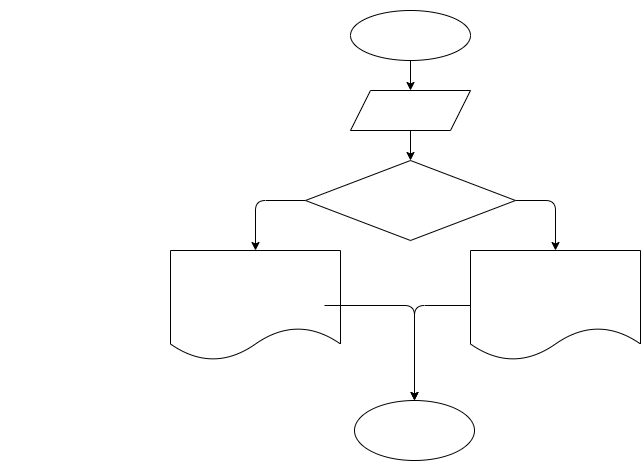
Before: HomeWork/Task004/diagram.drawio.png, a diagram exported from draw.io (Alshopik/HomeWorc). Source tidied: cells renumbered, new cells last; positions are measured from the earlier drawing's top-left corner, leaving out a move shared by most shapes.
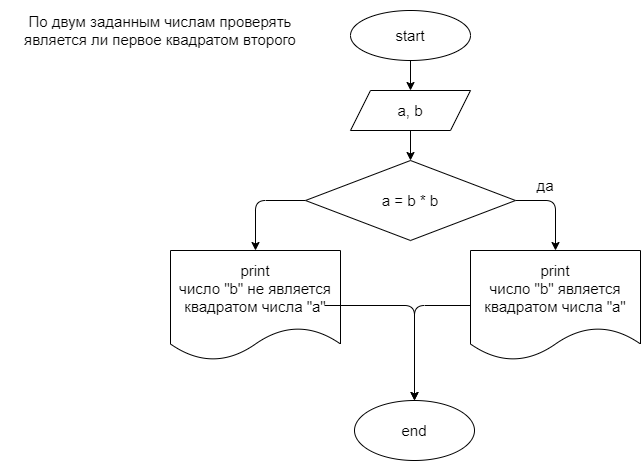
After the commit.

Commit message:
Добавил DEADME

What changed in the source:
```diff
@@ -2,58 +2,58 @@
   <root>
     <mxCell id="0" />
     <mxCell id="1" parent="0" />
-    <mxCell id="2" value="&lt;span style=&quot;font-size: 15px;&quot;&gt;По двум заданным числам проверять является ли первое квадратом второго&lt;/span&gt;" style="text;html=1;align=center;verticalAlign=middle;whiteSpace=wrap;rounded=0;fontColor=#FFFFFF;fontSize=15;" parent="1" vertex="1">
+    <mxCell id="2" value="&lt;span style=&quot;font-size: 15px;&quot;&gt;По двум заданным числам проверять является ли первое квадратом второго&lt;/span&gt;" style="text;html=1;align=center;verticalAlign=middle;whiteSpace=wrap;rounded=0;fontSize=15;fontColor=#000000;labelBackgroundColor=#FFFFFF;" parent="1" vertex="1">
       <mxGeometry width="320" height="60" as="geometry" />
     </mxCell>
-    <mxCell id="3" style="edgeStyle=none;html=1;fontSize=15;fontColor=#FFFFFF;" parent="1" edge="1" source="4" target="6">
+    <mxCell id="3" style="edgeStyle=none;html=1;fontSize=15;fontColor=#000000;labelBackgroundColor=#FFFFFF;" parent="1" edge="1" source="4" target="6">
       <mxGeometry relative="1" as="geometry" />
     </mxCell>
-    <mxCell id="4" value="start" style="ellipse;whiteSpace=wrap;html=1;fontSize=15;fontColor=#FFFFFF;" parent="1" vertex="1">
+    <mxCell id="4" value="start" style="ellipse;whiteSpace=wrap;html=1;fontSize=15;fontColor=#000000;labelBackgroundColor=#FFFFFF;" parent="1" vertex="1">
       <mxGeometry x="350" y="10" width="120" height="50" as="geometry" />
     </mxCell>
-    <mxCell id="5" style="edgeStyle=none;html=1;fontSize=15;fontColor=#FFFFFF;" parent="1" edge="1" source="6" target="9">
+    <mxCell id="5" style="edgeStyle=none;html=1;fontSize=15;fontColor=#000000;labelBackgroundColor=#FFFFFF;" parent="1" edge="1" source="6" target="9">
       <mxGeometry relative="1" as="geometry" />
     </mxCell>
-    <mxCell id="6" value="a, b" style="shape=parallelogram;perimeter=parallelogramPerimeter;whiteSpace=wrap;html=1;fixedSize=1;fontSize=15;fontColor=#FFFFFF;" parent="1" vertex="1">
+    <mxCell id="6" value="a, b" style="shape=parallelogram;perimeter=parallelogramPerimeter;whiteSpace=wrap;html=1;fixedSize=1;fontSize=15;fontColor=#000000;labelBackgroundColor=#FFFFFF;" parent="1" vertex="1">
       <mxGeometry x="350" y="90" width="120" height="40" as="geometry" />
     </mxCell>
-    <mxCell id="7" style="edgeStyle=none;html=1;fontSize=15;fontColor=#FFFFFF;entryX=0.5;entryY=0;entryDx=0;entryDy=0;" parent="1" edge="1" source="9" target="11">
+    <mxCell id="7" style="edgeStyle=none;html=1;fontSize=15;fontColor=#000000;entryX=0.5;entryY=0;entryDx=0;entryDy=0;labelBackgroundColor=#FFFFFF;" parent="1" edge="1" source="9" target="11">
       <mxGeometry relative="1" as="geometry">
         <Array as="points">
           <mxPoint x="555" y="200" />
         </Array>
       </mxGeometry>
     </mxCell>
-    <mxCell id="8" style="edgeStyle=none;html=1;entryX=0.5;entryY=0;entryDx=0;entryDy=0;fontSize=15;fontColor=#FFFFFF;" parent="1" edge="1" source="9" target="13">
+    <mxCell id="8" style="edgeStyle=none;html=1;entryX=0.5;entryY=0;entryDx=0;entryDy=0;fontSize=15;fontColor=#000000;labelBackgroundColor=#FFFFFF;" parent="1" edge="1" source="9" target="13">
       <mxGeometry relative="1" as="geometry">
         <Array as="points">
           <mxPoint x="255" y="200" />
         </Array>
       </mxGeometry>
     </mxCell>
-    <mxCell id="9" value="a = b * b" style="rhombus;whiteSpace=wrap;html=1;fontSize=15;fontColor=#FFFFFF;" parent="1" vertex="1">
+    <mxCell id="9" value="a = b * b" style="rhombus;whiteSpace=wrap;html=1;fontSize=15;fontColor=#000000;labelBackgroundColor=#FFFFFF;" parent="1" vertex="1">
       <mxGeometry x="305" y="160" width="210" height="80" as="geometry" />
     </mxCell>
-    <mxCell id="10" style="edgeStyle=none;html=1;entryX=0.5;entryY=0;entryDx=0;entryDy=0;fontSize=15;fontColor=#FFFFFF;" parent="1" edge="1" source="11" target="14">
+    <mxCell id="10" style="edgeStyle=none;html=1;entryX=0.5;entryY=0;entryDx=0;entryDy=0;fontSize=15;fontColor=#000000;labelBackgroundColor=#FFFFFF;" parent="1" edge="1" source="11" target="14">
       <mxGeometry relative="1" as="geometry">
         <Array as="points">
           <mxPoint x="414" y="305" />
         </Array>
       </mxGeometry>
     </mxCell>
-    <mxCell id="11" value="print&lt;br&gt;число &quot;b&quot; является квадратом числа &quot;а&quot;" style="shape=document;whiteSpace=wrap;html=1;boundedLbl=1;fontSize=15;fontColor=#FFFFFF;" parent="1" vertex="1">
+    <mxCell id="11" value="print&lt;br&gt;число &quot;b&quot; является квадратом числа &quot;а&quot;" style="shape=document;whiteSpace=wrap;html=1;boundedLbl=1;fontSize=15;fontColor=#000000;labelBackgroundColor=#FFFFFF;" parent="1" vertex="1">
       <mxGeometry x="470" y="250" width="170" height="110" as="geometry" />
     </mxCell>
-    <mxCell id="12" value="да" style="text;html=1;strokeColor=none;fillColor=none;align=center;verticalAlign=middle;whiteSpace=wrap;rounded=0;fontSize=15;fontColor=#FFFFFF;" parent="1" vertex="1">
+    <mxCell id="12" value="да" style="text;html=1;align=center;verticalAlign=middle;whiteSpace=wrap;rounded=0;fontSize=15;fontColor=#000000;labelBackgroundColor=#FFFFFF;" parent="1" vertex="1">
       <mxGeometry x="515" y="170" width="60" height="30" as="geometry" />
     </mxCell>
-    <mxCell id="13" value="print&lt;br&gt;число &quot;b&quot; не является квадратом числа &quot;а&quot;" style="shape=document;whiteSpace=wrap;html=1;boundedLbl=1;fontSize=15;fontColor=#FFFFFF;" parent="1" vertex="1">
+    <mxCell id="13" value="print&lt;br&gt;число &quot;b&quot; не является квадратом числа &quot;а&quot;" style="shape=document;whiteSpace=wrap;html=1;boundedLbl=1;fontSize=15;fontColor=#000000;labelBackgroundColor=#FFFFFF;" parent="1" vertex="1">
       <mxGeometry x="170" y="250" width="170" height="110" as="geometry" />
     </mxCell>
-    <mxCell id="14" value="end" style="ellipse;whiteSpace=wrap;html=1;fontSize=15;fontColor=#FFFFFF;" parent="1" vertex="1">
+    <mxCell id="14" value="end" style="ellipse;whiteSpace=wrap;html=1;fontSize=15;fontColor=#000000;labelBackgroundColor=#FFFFFF;" parent="1" vertex="1">
       <mxGeometry x="354" y="400" width="120" height="60" as="geometry" />
     </mxCell>
-    <mxCell id="15" style="edgeStyle=none;html=1;fontSize=15;fontColor=#FFFFFF;" parent="1" edge="1">
+    <mxCell id="15" style="edgeStyle=none;html=1;fontSize=15;fontColor=#000000;labelBackgroundColor=#FFFFFF;" parent="1" edge="1">
       <mxGeometry relative="1" as="geometry">
         <mxPoint x="324" y="305" as="sourcePoint" />
         <mxPoint x="414" y="400" as="targetPoint" />
```
